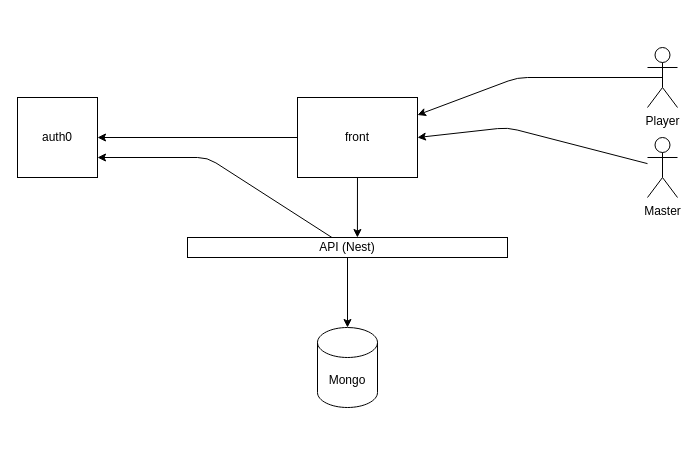
Earlier version of the draw.io diagram draw/mvp.drawio (vigdorov/dnd). Source tidied: cells renumbered, new cells numbered last; positions are measured from the earlier drawing's top-left corner, leaving out a move shared by most shapes. Both pictures are drawn from the tidied source at 100%, with x=0, y=0 at pixel (17, 47).
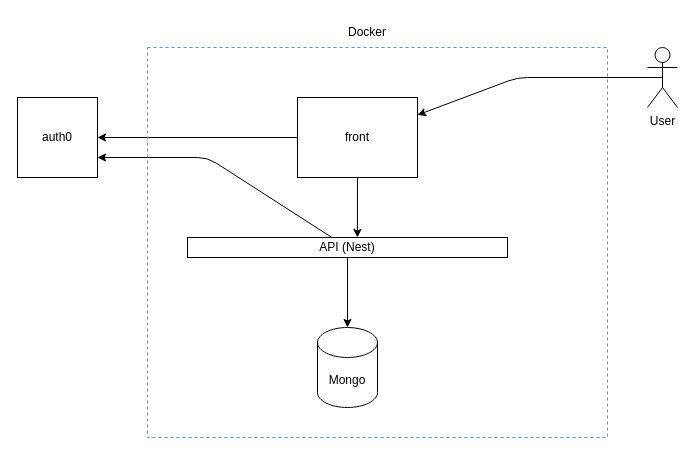
Above is the later version.

Commit message (it also covers changes not shown here):
Add interfaces, upgrade mvp scheme

The edit, as a diff of the source:
```diff
@@
 <mxGraphModel>
   <root>
     <mxCell id="0" />
     <mxCell id="1" parent="0" />
     <mxCell id="2" style="edgeStyle=none;html=1;exitX=0.5;exitY=0.5;exitDx=0;exitDy=0;exitPerimeter=0;" parent="1" edge="1" source="3" target="8">
       <mxGeometry relative="1" as="geometry">
         <Array as="points">
           <mxPoint x="500" y="30" />
         </Array>
       </mxGeometry>
     </mxCell>
-    <mxCell id="3" value="Player" style="shape=umlActor;verticalLabelPosition=bottom;verticalAlign=top;html=1;outlineConnect=0;" parent="1" vertex="1">
+    <mxCell id="3" value="User" style="shape=umlActor;verticalLabelPosition=bottom;verticalAlign=top;html=1;outlineConnect=0;" parent="1" vertex="1">
       <mxGeometry x="630" width="30" height="60" as="geometry" />
     </mxCell>
-    <mxCell id="4" style="edgeStyle=none;html=1;entryX=1;entryY=0.5;entryDx=0;entryDy=0;" parent="1" edge="1" source="5" target="8">
-      <mxGeometry relative="1" as="geometry">
-        <Array as="points">
-          <mxPoint x="490" y="80" />
-        </Array>
-      </mxGeometry>
-    </mxCell>
-    <mxCell id="5" value="Master" style="shape=umlActor;verticalLabelPosition=bottom;verticalAlign=top;html=1;outlineConnect=0;" parent="1" vertex="1">
-      <mxGeometry x="630" y="90" width="30" height="60" as="geometry" />
-    </mxCell>
     <mxCell id="6" style="edgeStyle=none;html=1;entryX=1;entryY=0.5;entryDx=0;entryDy=0;" parent="1" edge="1" source="8" target="12">
       <mxGeometry relative="1" as="geometry" />
     </mxCell>
     <mxCell id="7" style="edgeStyle=none;html=1;entryX=0.531;entryY=0;entryDx=0;entryDy=0;entryPerimeter=0;" parent="1" edge="1" source="8" target="11">
       <mxGeometry relative="1" as="geometry" />
     </mxCell>
     <mxCell id="8" value="front" style="rounded=0;whiteSpace=wrap;html=1;" parent="1" vertex="1">
       <mxGeometry x="280" y="50" width="120" height="80" as="geometry" />
     </mxCell>
     <mxCell id="9" style="edgeStyle=none;html=1;" parent="1" edge="1" source="11" target="13">
       <mxGeometry relative="1" as="geometry" />
     </mxCell>
     <mxCell id="10" style="edgeStyle=none;html=1;entryX=1;entryY=0.75;entryDx=0;entryDy=0;" parent="1" edge="1" source="11" target="12">
       <mxGeometry relative="1" as="geometry">
         <Array as="points">
           <mxPoint x="190" y="110" />
         </Array>
       </mxGeometry>
     </mxCell>
     <mxCell id="11" value="API (Nest)" style="rounded=0;whiteSpace=wrap;html=1;" parent="1" vertex="1">
       <mxGeometry x="170" y="190" width="320" height="20" as="geometry" />
     </mxCell>
     <mxCell id="12" value="auth0" style="whiteSpace=wrap;html=1;" parent="1" vertex="1">
       <mxGeometry y="50" width="80" height="80" as="geometry" />
     </mxCell>
     <mxCell id="13" value="Mongo" style="shape=cylinder3;whiteSpace=wrap;html=1;boundedLbl=1;backgroundOutline=1;size=15;" parent="1" vertex="1">
       <mxGeometry x="300" y="280" width="60" height="80" as="geometry" />
     </mxCell>
+    <mxCell id="14" style="rounded=0;whiteSpace=wrap;html=1;fillColor=none;dashed=1;strokeColor=#3399FF;" parent="1" vertex="1">
+      <mxGeometry x="130" width="460" height="390" as="geometry" />
+    </mxCell>
+    <mxCell id="15" value="Docker" style="text;html=1;strokeColor=none;fillColor=none;align=center;verticalAlign=middle;whiteSpace=wrap;rounded=0;dashed=1;" parent="1" vertex="1">
+      <mxGeometry x="320" y="-30" width="60" height="30" as="geometry" />
+    </mxCell>
   </root>
 </mxGraphModel>
```
